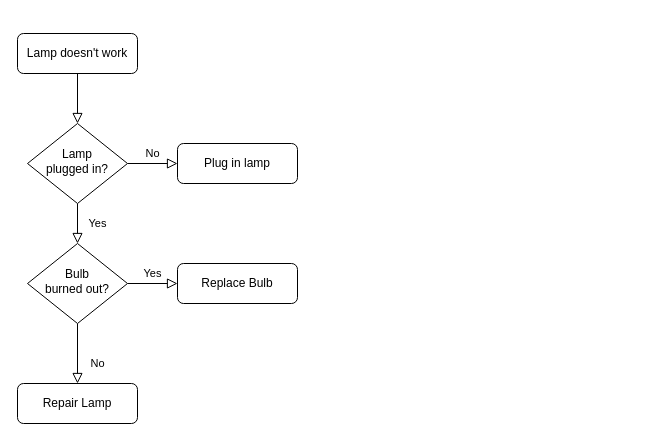
This is Untitled Diagram.drawio from shijichen-wilf/day, a draw.io file, before an edit. Source tidied: cells renumbered, new cells numbered last; positions are measured from the earlier drawing's top-left corner, leaving out a move shared by most shapes. Both pictures are drawn from the tidied source at 100%, with x=0, y=0 at pixel (17, 33).
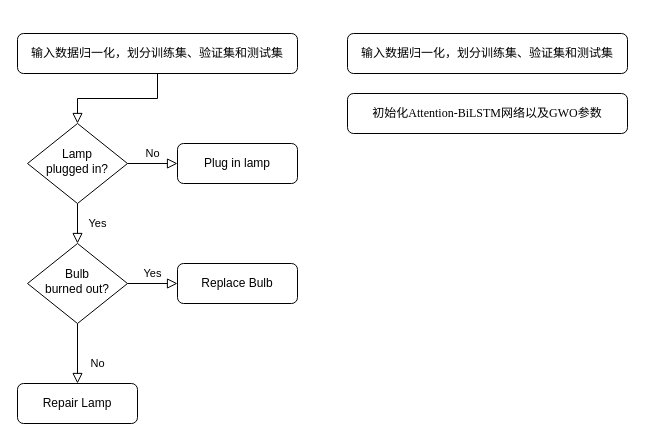
Above is the later version.

What changed in the source:
```diff
@@
 <mxGraphModel>
   <root>
     <mxCell id="0" />
     <mxCell id="1" parent="0" />
     <mxCell id="2" style="rounded=0;html=1;jettySize=auto;fontSize=11;endArrow=block;endFill=0;endSize=8;strokeWidth=1;shadow=0;labelBackgroundColor=none;edgeStyle=orthogonalEdgeStyle;" parent="1" edge="1" source="3" target="6">
       <mxGeometry relative="1" as="geometry" />
     </mxCell>
-    <mxCell id="3" value="Lamp doesn't work" style="rounded=1;whiteSpace=wrap;html=1;fontSize=12;glass=0;strokeWidth=1;shadow=0;" parent="1" vertex="1">
-      <mxGeometry width="120" height="40" as="geometry" />
+    <mxCell id="3" value="&lt;font style=&quot;font-size: 12px&quot;&gt;&lt;br&gt;&lt;br&gt;&lt;/font&gt;&lt;p style=&quot;margin-top: 0pt ; margin-bottom: 0pt ; margin-left: 0in ; text-align: center ; direction: ltr ; unicode-bidi: embed ; word-break: normal&quot;&gt;&lt;font style=&quot;font-size: 12px&quot;&gt;&lt;span style=&quot;color: black&quot;&gt;输入数据归一化，&lt;/span&gt;&lt;span style=&quot;color: black&quot;&gt;划分&lt;/span&gt;&lt;span style=&quot;color: black&quot;&gt;训练集、验证集和测试集&lt;/span&gt;&lt;/font&gt;&lt;/p&gt;&lt;font style=&quot;font-size: 12px&quot;&gt;&lt;br&gt;&lt;br&gt;&lt;/font&gt;" style="rounded=1;whiteSpace=wrap;html=1;fontSize=12;glass=0;strokeWidth=1;shadow=0;" parent="1" vertex="1">
+      <mxGeometry width="280" height="40" as="geometry" />
     </mxCell>
     <mxCell id="4" value="Yes" style="rounded=0;html=1;jettySize=auto;fontSize=11;endArrow=block;endFill=0;endSize=8;strokeWidth=1;shadow=0;labelBackgroundColor=none;edgeStyle=orthogonalEdgeStyle;" parent="1" edge="1" source="6" target="10">
       <mxGeometry y="20" relative="1" as="geometry" />
     </mxCell>
     <mxCell id="5" value="No" style="edgeStyle=orthogonalEdgeStyle;rounded=0;html=1;jettySize=auto;fontSize=11;endArrow=block;endFill=0;endSize=8;strokeWidth=1;shadow=0;labelBackgroundColor=none;" parent="1" edge="1" source="6" target="7">
       <mxGeometry y="10" relative="1" as="geometry" />
     </mxCell>
     <mxCell id="6" value="Lamp&lt;br&gt;plugged in?" style="rhombus;whiteSpace=wrap;html=1;shadow=0;fontFamily=Helvetica;fontSize=12;align=center;strokeWidth=1;spacing=6;spacingTop=-4;" parent="1" vertex="1">
       <mxGeometry x="10" y="90" width="100" height="80" as="geometry" />
     </mxCell>
     <mxCell id="7" value="Plug in lamp" style="rounded=1;whiteSpace=wrap;html=1;fontSize=12;glass=0;strokeWidth=1;shadow=0;" parent="1" vertex="1">
       <mxGeometry x="160" y="110" width="120" height="40" as="geometry" />
     </mxCell>
     <mxCell id="8" value="No" style="rounded=0;html=1;jettySize=auto;fontSize=11;endArrow=block;endFill=0;endSize=8;strokeWidth=1;shadow=0;labelBackgroundColor=none;edgeStyle=orthogonalEdgeStyle;" parent="1" edge="1" source="10" target="11">
       <mxGeometry x="0.33" y="20" relative="1" as="geometry" />
     </mxCell>
     <mxCell id="9" value="Yes" style="edgeStyle=orthogonalEdgeStyle;rounded=0;html=1;jettySize=auto;fontSize=11;endArrow=block;endFill=0;endSize=8;strokeWidth=1;shadow=0;labelBackgroundColor=none;" parent="1" edge="1" source="10" target="12">
       <mxGeometry y="10" relative="1" as="geometry" />
     </mxCell>
     <mxCell id="10" value="Bulb&lt;br&gt;burned out?" style="rhombus;whiteSpace=wrap;html=1;shadow=0;fontFamily=Helvetica;fontSize=12;align=center;strokeWidth=1;spacing=6;spacingTop=-4;" parent="1" vertex="1">
       <mxGeometry x="10" y="210" width="100" height="80" as="geometry" />
     </mxCell>
     <mxCell id="11" value="Repair Lamp" style="rounded=1;whiteSpace=wrap;html=1;fontSize=12;glass=0;strokeWidth=1;shadow=0;" parent="1" vertex="1">
       <mxGeometry y="350" width="120" height="40" as="geometry" />
     </mxCell>
     <mxCell id="12" value="Replace Bulb" style="rounded=1;whiteSpace=wrap;html=1;fontSize=12;glass=0;strokeWidth=1;shadow=0;" parent="1" vertex="1">
       <mxGeometry x="160" y="230" width="120" height="40" as="geometry" />
     </mxCell>
+    <mxCell id="13" value="&lt;font style=&quot;font-size: 12px&quot;&gt;&lt;br&gt;&lt;br&gt;&lt;/font&gt;&lt;p style=&quot;margin-top: 0pt ; margin-bottom: 0pt ; margin-left: 0in ; text-align: center ; direction: ltr ; unicode-bidi: embed ; word-break: normal&quot;&gt;&lt;font style=&quot;font-size: 12px&quot;&gt;&lt;span style=&quot;color: black&quot;&gt;输入数据归一化，&lt;/span&gt;&lt;span style=&quot;color: black&quot;&gt;划分&lt;/span&gt;&lt;span style=&quot;color: black&quot;&gt;训练集、验证集和测试集&lt;/span&gt;&lt;/font&gt;&lt;/p&gt;&lt;font style=&quot;font-size: 12px&quot;&gt;&lt;br&gt;&lt;br&gt;&lt;/font&gt;" style="rounded=1;whiteSpace=wrap;html=1;fontSize=12;glass=0;strokeWidth=1;shadow=0;" parent="1" vertex="1">
+      <mxGeometry x="330" width="280" height="40" as="geometry" />
+    </mxCell>
+    <mxCell id="14" value="&lt;br/&gt;&lt;br/&gt;&lt;p style=&quot;margin-top: 0pt ; margin-bottom: 0pt ; margin-left: 0in ; text-align: center ; direction: ltr ; unicode-bidi: embed ; word-break: normal&quot;&gt;&lt;font style=&quot;font-size: 12px&quot;&gt;&lt;span style=&quot;color: black&quot;&gt;初始化&lt;/span&gt;&lt;span style=&quot;font-family: &amp;#34;times new roman&amp;#34; ; color: black&quot;&gt;Attention-&lt;/span&gt;&lt;span style=&quot;font-family: &amp;#34;times new roman&amp;#34; ; color: black&quot;&gt;BiLSTM&lt;/span&gt;&lt;span style=&quot;color: black&quot;&gt;网络以及&lt;/span&gt;&lt;span style=&quot;font-family: &amp;#34;times new roman&amp;#34; ; color: black&quot;&gt;GWO&lt;/span&gt;&lt;span style=&quot;color: black&quot;&gt;参数&lt;/span&gt;&lt;/font&gt;&lt;/p&gt;&lt;br/&gt;&lt;br/&gt;" style="rounded=1;whiteSpace=wrap;html=1;fontSize=12;glass=0;strokeWidth=1;shadow=0;" parent="1" vertex="1">
+      <mxGeometry x="330" y="60" width="280" height="40" as="geometry" />
+    </mxCell>
   </root>
 </mxGraphModel>
```
